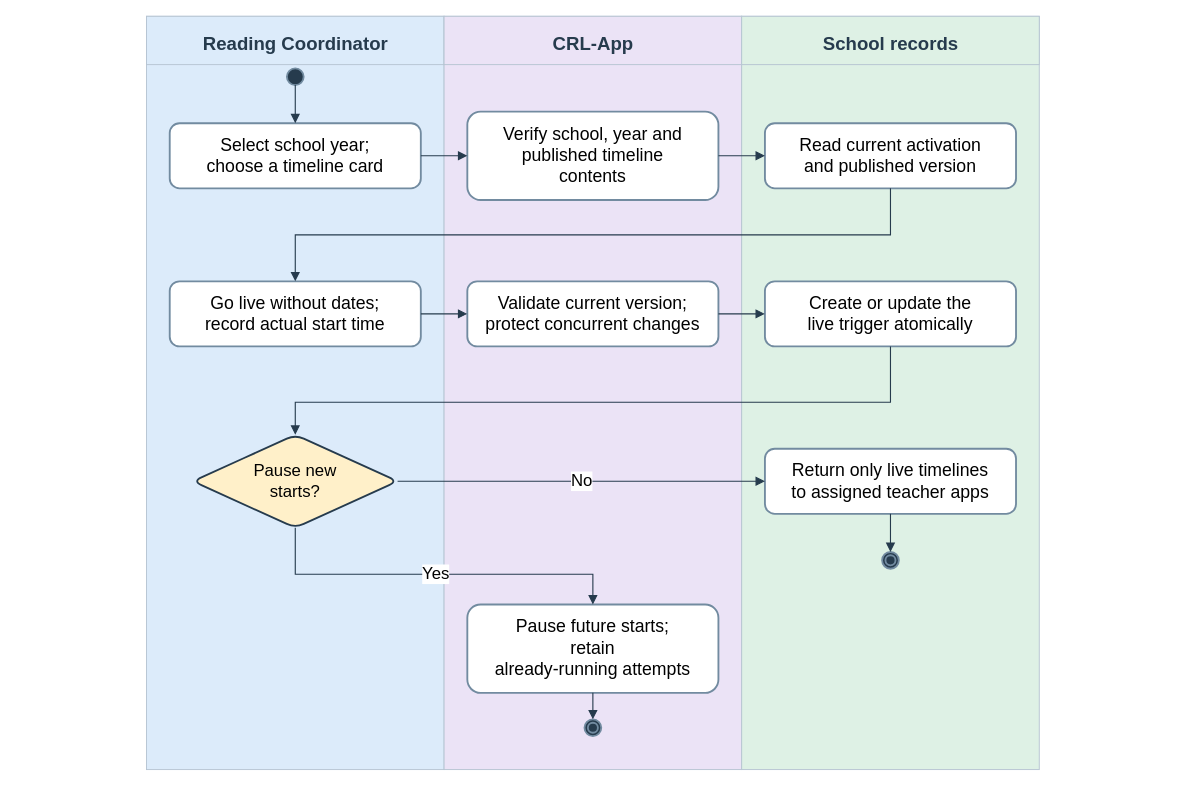
Before: docs/diagrams/class-workspaces/figure-15c-assessment-activation.drawio in AkuSayangKamuJudaSayang/crl-app, a draw.io diagram. Source tidied: cells renumbered, new cells numbered last; positions are measured from the earlier drawing's top-left corner, leaving out a move shared by most shapes. Both pictures are drawn from the tidied source at 93%, with x=0, y=0 at pixel (16, 16).
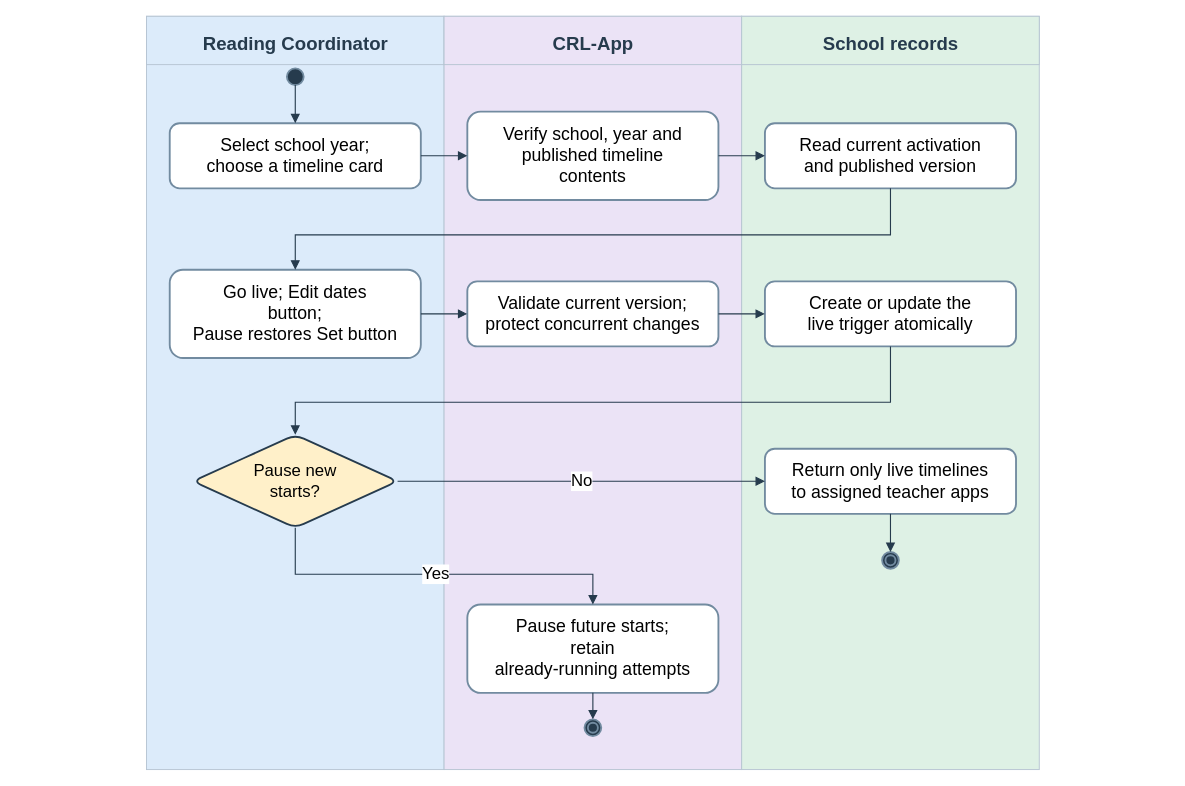
The same diagram, later.

Change to the diagram source:
```diff
@@
-    <mxCell id="15" value="Go live without dates;&lt;br&gt;record actual start time" style="rounded=1;whiteSpace=wrap;html=1;fontFamily=Arial;fillColor=#ffffff;strokeColor=#728ba0;strokeWidth=2;fontSize=19;" parent="1" vertex="1">
-      <mxGeometry x="165" y="285" width="270" height="70" as="geometry" />
+    <mxCell id="15" value="Go live; Edit dates&lt;br&gt;button;&lt;br&gt;Pause restores Set button" style="rounded=1;whiteSpace=wrap;html=1;fontFamily=Arial;fillColor=#ffffff;strokeColor=#728ba0;strokeWidth=2;fontSize=19;" parent="1" vertex="1">
+      <mxGeometry x="165" y="272.5" width="270" height="95" as="geometry" />
     </mxCell>
```
